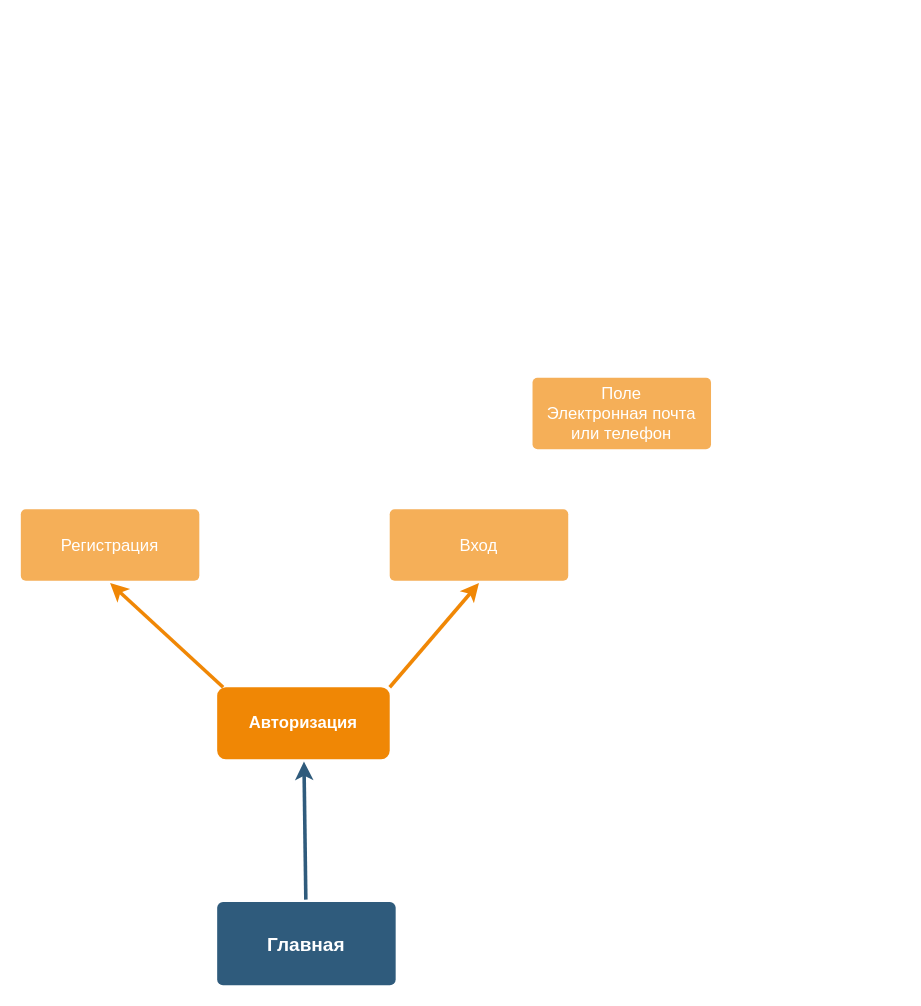
The draw.io diagram new_bitqi_com.drawio in Observer16/BugReg, before the edit. Source tidied: cells renumbered, new cells numbered last; positions are measured from the earlier drawing's top-left corner, leaving out a move shared by most shapes. Both pictures are drawn from the tidied source at 119%, with x=0, y=0 at pixel (20, 377).
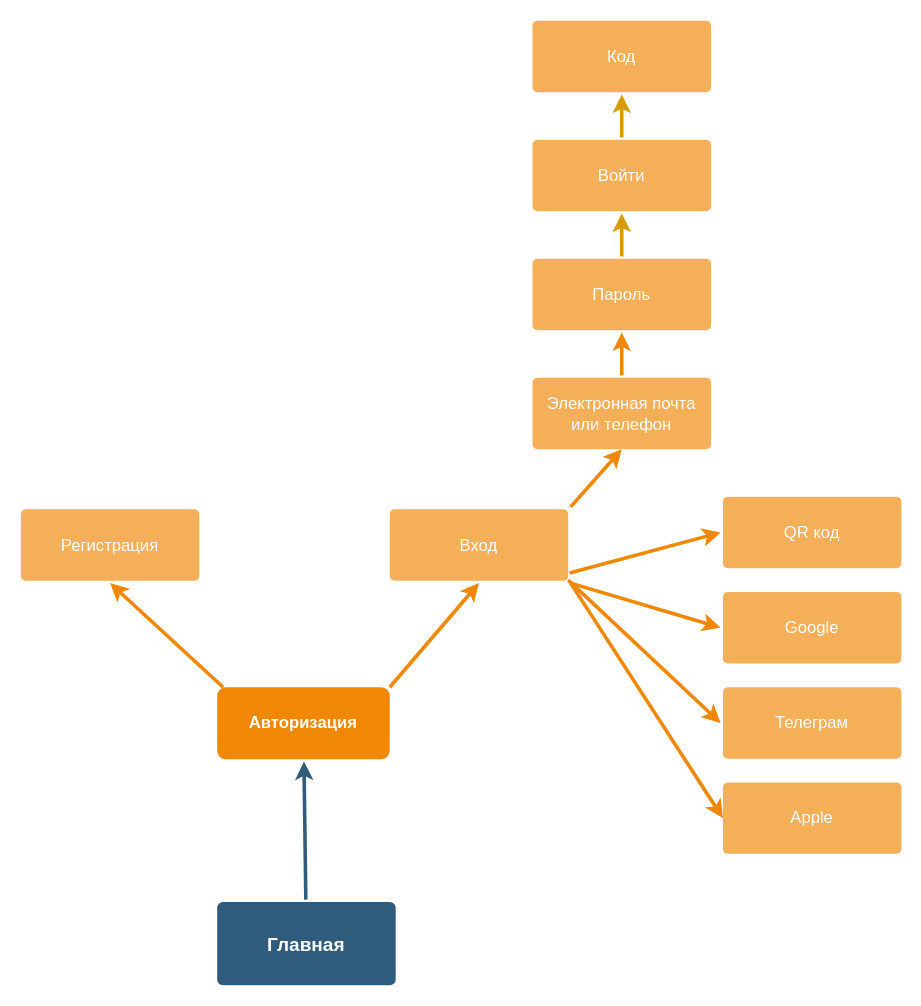
The same diagram, later.

Unchanged cells that the change refers to:
```xml
<mxCell id="7" value="Вход" style="rounded=1;whiteSpace=wrap;html=1;shadow=0;labelBackgroundColor=none;strokeColor=none;strokeWidth=3;fillColor=#f5af58;fontFamily=Helvetica;fontSize=14;fontColor=#FFFFFF;align=center;spacing=5;arcSize=7;perimeterSpacing=2;" parent="1" vertex="1">
  <mxGeometry x="310" y="110.5" width="150" height="60" as="geometry" />
</mxCell>
```

Change to the diagram source:
```diff
@@
-    <mxCell id="9" value="Поле&lt;br&gt;Электронная почта или телефон" style="rounded=1;whiteSpace=wrap;html=1;shadow=0;labelBackgroundColor=none;strokeColor=none;strokeWidth=3;fillColor=#f5af58;fontFamily=Helvetica;fontSize=14;fontColor=#FFFFFF;align=center;spacing=5;arcSize=7;perimeterSpacing=2;" parent="1" vertex="1">
+    <mxCell id="9" value="Электронная почта или телефон" style="rounded=1;whiteSpace=wrap;html=1;shadow=0;labelBackgroundColor=none;strokeColor=none;strokeWidth=3;fillColor=#f5af58;fontFamily=Helvetica;fontSize=14;fontColor=#FFFFFF;align=center;spacing=5;arcSize=7;perimeterSpacing=2;" parent="1" vertex="1">
       <mxGeometry x="430" width="150" height="60" as="geometry" />
     </mxCell>
+    <mxCell id="10" style="edgeStyle=orthogonalEdgeStyle;rounded=0;jettySize=auto;html=1;fillColor=#ffe6cc;strokeColor=#D79B00;strokeWidth=3;" parent="1" edge="1" source="11" target="23">
+      <mxGeometry relative="1" as="geometry" />
+    </mxCell>
+    <mxCell id="11" value="Пароль" style="rounded=1;whiteSpace=wrap;html=1;shadow=0;labelBackgroundColor=none;strokeColor=none;strokeWidth=3;fillColor=#f5af58;fontFamily=Helvetica;fontSize=14;fontColor=#FFFFFF;align=center;spacing=5;arcSize=7;perimeterSpacing=2;gradientColor=none;" parent="1" vertex="1">
+      <mxGeometry x="430" y="-100" width="150" height="60" as="geometry" />
+    </mxCell>
+    <mxCell id="12" style="edgeStyle=none;rounded=0;jumpStyle=none;html=1;shadow=0;labelBackgroundColor=none;startArrow=none;startFill=0;endArrow=classic;endFill=1;jettySize=auto;strokeColor=#F08705;strokeWidth=3;fontFamily=Helvetica;fontSize=14;fontColor=#FFFFFF;spacing=5;entryX=0.5;entryY=1;entryDx=0;entryDy=0;exitX=0.5;exitY=0;exitDx=0;exitDy=0;" parent="1" edge="1" source="9" target="11">
+      <mxGeometry relative="1" as="geometry" />
+    </mxCell>
+    <mxCell id="13" style="edgeStyle=none;rounded=0;jumpStyle=none;html=1;shadow=0;labelBackgroundColor=none;startArrow=none;startFill=0;endArrow=classic;endFill=1;jettySize=auto;strokeColor=#F08705;strokeWidth=3;fontFamily=Helvetica;fontSize=14;fontColor=#FFFFFF;spacing=5;entryX=0.5;entryY=1;entryDx=0;entryDy=0;exitX=1;exitY=0;exitDx=0;exitDy=0;" parent="1" edge="1" source="7">
+      <mxGeometry relative="1" as="geometry">
+        <mxPoint x="505" y="60" as="targetPoint" />
+      </mxGeometry>
+    </mxCell>
+    <mxCell id="14" value="QR код" style="rounded=1;whiteSpace=wrap;html=1;shadow=0;labelBackgroundColor=none;strokeColor=none;strokeWidth=3;fillColor=#f5af58;fontFamily=Helvetica;fontSize=14;fontColor=#FFFFFF;align=center;spacing=5;arcSize=7;perimeterSpacing=2;gradientColor=none;" parent="1" vertex="1">
+      <mxGeometry x="590" y="100" width="150" height="60" as="geometry" />
+    </mxCell>
+    <mxCell id="15" value="Google" style="rounded=1;whiteSpace=wrap;html=1;shadow=0;labelBackgroundColor=none;strokeColor=none;strokeWidth=3;fillColor=#f5af58;fontFamily=Helvetica;fontSize=14;fontColor=#FFFFFF;align=center;spacing=5;arcSize=7;perimeterSpacing=2;gradientColor=none;" parent="1" vertex="1">
+      <mxGeometry x="590" y="180" width="150" height="60" as="geometry" />
+    </mxCell>
+    <mxCell id="16" value="Телеграм" style="rounded=1;whiteSpace=wrap;html=1;shadow=0;labelBackgroundColor=none;strokeColor=none;strokeWidth=3;fillColor=#f5af58;fontFamily=Helvetica;fontSize=14;fontColor=#FFFFFF;align=center;spacing=5;arcSize=7;perimeterSpacing=2;gradientColor=none;" parent="1" vertex="1">
+      <mxGeometry x="590" y="260" width="150" height="60" as="geometry" />
+    </mxCell>
+    <mxCell id="17" value="Apple" style="rounded=1;whiteSpace=wrap;html=1;shadow=0;labelBackgroundColor=none;strokeColor=none;strokeWidth=3;fillColor=#f5af58;fontFamily=Helvetica;fontSize=14;fontColor=#FFFFFF;align=center;spacing=5;arcSize=7;perimeterSpacing=2;gradientColor=none;" parent="1" vertex="1">
+      <mxGeometry x="590" y="340" width="150" height="60" as="geometry" />
+    </mxCell>
+    <mxCell id="18" style="edgeStyle=none;rounded=0;jumpStyle=none;html=1;shadow=0;labelBackgroundColor=none;startArrow=none;startFill=0;endArrow=classic;endFill=1;jettySize=auto;strokeColor=#F08705;strokeWidth=3;fontFamily=Helvetica;fontSize=14;fontColor=#FFFFFF;spacing=5;entryX=0;entryY=0.5;entryDx=0;entryDy=0;exitX=0.994;exitY=0.867;exitDx=0;exitDy=0;exitPerimeter=0;" parent="1" edge="1" source="7" target="14">
+      <mxGeometry relative="1" as="geometry" />
+    </mxCell>
+    <mxCell id="19" style="edgeStyle=none;rounded=0;jumpStyle=none;html=1;shadow=0;labelBackgroundColor=none;startArrow=none;startFill=0;endArrow=classic;endFill=1;jettySize=auto;strokeColor=#F08705;strokeWidth=3;fontFamily=Helvetica;fontSize=14;fontColor=#FFFFFF;spacing=5;entryX=0.5;entryY=1;entryDx=0;entryDy=0;exitX=1;exitY=1;exitDx=0;exitDy=0;" parent="1" edge="1" source="7">
+      <mxGeometry relative="1" as="geometry">
+        <mxPoint x="590" y="370" as="targetPoint" />
+      </mxGeometry>
+    </mxCell>
+    <mxCell id="20" style="edgeStyle=none;rounded=0;jumpStyle=none;html=1;shadow=0;labelBackgroundColor=none;startArrow=none;startFill=0;endArrow=classic;endFill=1;jettySize=auto;strokeColor=#F08705;strokeWidth=3;fontFamily=Helvetica;fontSize=14;fontColor=#FFFFFF;spacing=5;entryX=0;entryY=0.5;entryDx=0;entryDy=0;exitX=1;exitY=1;exitDx=0;exitDy=0;" parent="1" edge="1" source="7" target="15">
+      <mxGeometry relative="1" as="geometry" />
+    </mxCell>
+    <mxCell id="21" style="edgeStyle=none;rounded=0;jumpStyle=none;html=1;shadow=0;labelBackgroundColor=none;startArrow=none;startFill=0;endArrow=classic;endFill=1;jettySize=auto;strokeColor=#F08705;strokeWidth=3;fontFamily=Helvetica;fontSize=14;fontColor=#FFFFFF;spacing=5;entryX=0;entryY=0.5;entryDx=0;entryDy=0;" parent="1" edge="1" target="16">
+      <mxGeometry relative="1" as="geometry">
+        <mxPoint x="460" y="170" as="sourcePoint" />
+      </mxGeometry>
+    </mxCell>
+    <mxCell id="22" style="edgeStyle=orthogonalEdgeStyle;rounded=0;jettySize=auto;html=1;strokeColor=#D79B00;strokeWidth=3;" parent="1" edge="1" source="23" target="24">
+      <mxGeometry relative="1" as="geometry" />
+    </mxCell>
+    <mxCell id="23" value="Войти" style="rounded=1;whiteSpace=wrap;html=1;shadow=0;labelBackgroundColor=none;strokeColor=none;strokeWidth=3;fillColor=#f5af58;fontFamily=Helvetica;fontSize=14;fontColor=#FFFFFF;align=center;spacing=5;arcSize=7;perimeterSpacing=2;gradientColor=none;" parent="1" vertex="1">
+      <mxGeometry x="430" y="-200" width="150" height="60" as="geometry" />
+    </mxCell>
+    <mxCell id="24" value="Код" style="rounded=1;whiteSpace=wrap;html=1;shadow=0;labelBackgroundColor=none;strokeColor=none;strokeWidth=3;fillColor=#f5af58;fontFamily=Helvetica;fontSize=14;fontColor=#FFFFFF;align=center;spacing=5;arcSize=7;perimeterSpacing=2;gradientColor=none;" parent="1" vertex="1">
+      <mxGeometry x="430" y="-300" width="150" height="60" as="geometry" />
+    </mxCell>
```
